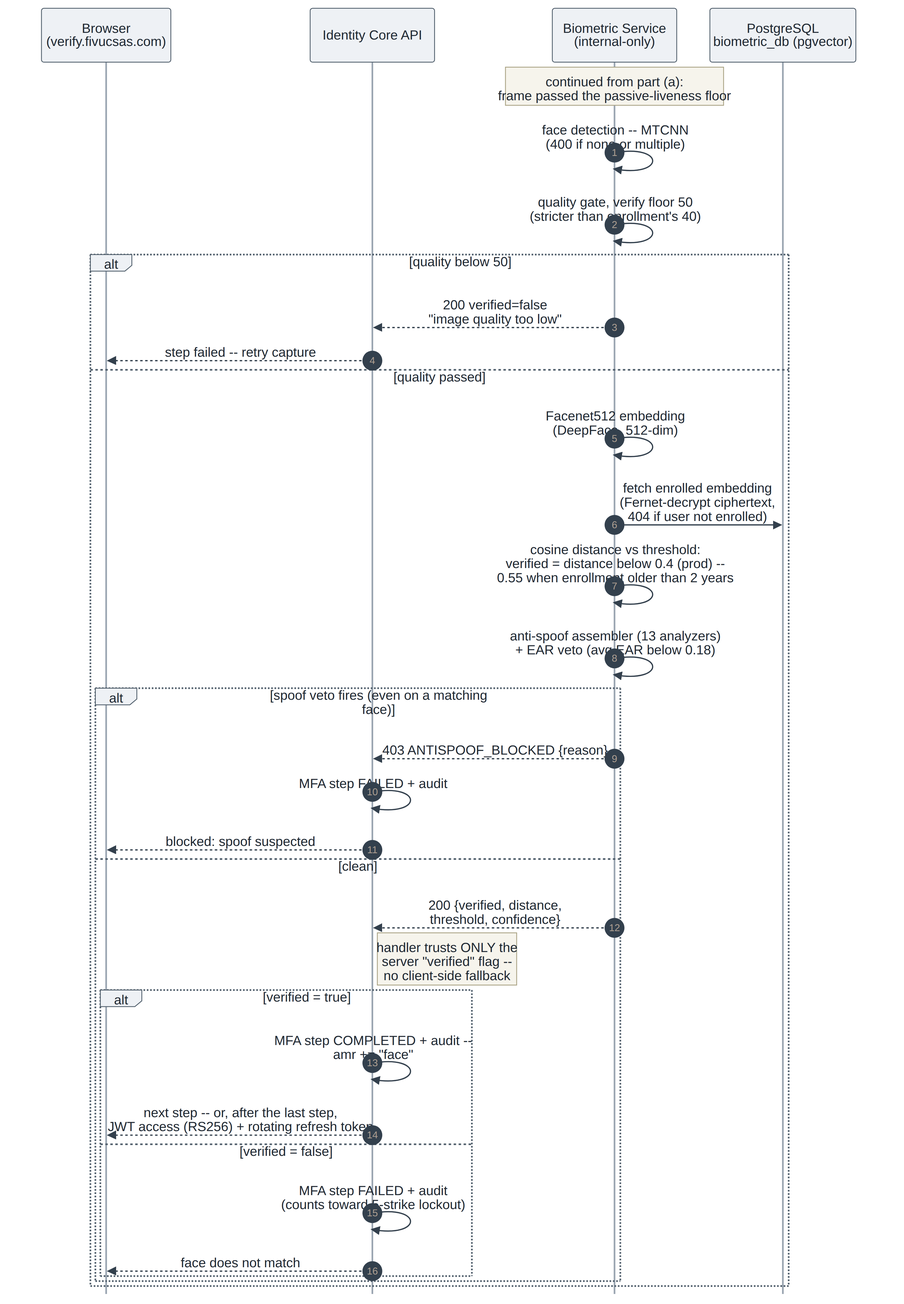
Above: Thesis/build/figures/verify_sequence_b.png in Rollingcat-Software/FIVUCSAS (Mermaid), before the change. Its source is kept beside it as Thesis/build/figures/src/verify_sequence_b.mmd. Source of this version:
```mermaid
sequenceDiagram
    autonumber
    participant W as Browser<br/>(verify.fivucsas.com)
    participant API as Identity Core API
    participant BIO as Biometric Service<br/>(internal-only)
    participant PGB as PostgreSQL<br/>biometric_db (pgvector)

    note over BIO: continued from part (a):<br/>frame passed the passive-liveness floor

    BIO->>BIO: face detection -- MTCNN<br/>(400 if none or multiple)
    BIO->>BIO: quality gate, verify floor 50<br/>(stricter than enrollment's 40)

    alt quality below 50
        BIO-->>API: 200 verified=false<br/>"image quality too low"
        API-->>W: step failed -- retry capture
    else quality passed
        BIO->>BIO: Facenet512 embedding<br/>(DeepFace, 512-dim)
        BIO->>PGB: fetch enrolled embedding<br/>(Fernet-decrypt ciphertext,<br/>404 if user not enrolled)
        BIO->>BIO: cosine distance vs threshold:<br/>verified = distance below 0.4 (prod) --<br/>0.55 when enrollment older than 2 years
        BIO->>BIO: anti-spoof assembler (13 analyzers)<br/>+ EAR veto (avg EAR below 0.18)

        alt spoof veto fires (even on a matching face)
            BIO-->>API: 403 ANTISPOOF_BLOCKED {reason}
            API->>API: MFA step FAILED + audit
            API-->>W: blocked: spoof suspected
        else clean
            BIO-->>API: 200 {verified, distance,<br/>threshold, confidence}
            note right of API: handler trusts ONLY the<br/>server "verified" flag --<br/>no client-side fallback
            alt verified = true
                API->>API: MFA step COMPLETED + audit --<br/>amr += "face"
                API-->>W: next step -- or, after the last step,<br/>JWT access (RS256) + rotating refresh token
            else verified = false
                API->>API: MFA step FAILED + audit<br/>(counts toward 5-strike lockout)
                API-->>W: face does not match
            end
        end
    end
```
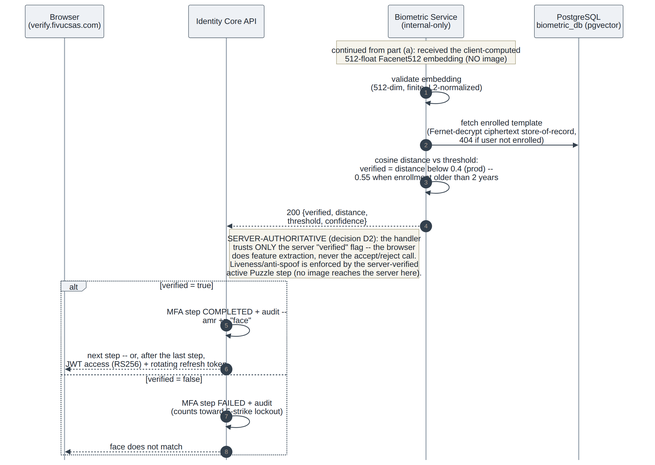
Later version of the same file.

The edit, as a diff of the source:
```diff
@@ -5,33 +5,19 @@
     participant BIO as Biometric Service<br/>(internal-only)
     participant PGB as PostgreSQL<br/>biometric_db (pgvector)
 
-    note over BIO: continued from part (a):<br/>frame passed the passive-liveness floor
+    note over BIO: continued from part (a): received the client-computed<br/>512-float Facenet512 embedding (NO image)
 
-    BIO->>BIO: face detection -- MTCNN<br/>(400 if none or multiple)
-    BIO->>BIO: quality gate, verify floor 50<br/>(stricter than enrollment's 40)
+    BIO->>BIO: validate embedding<br/>(512-dim, finite, L2-normalized)
+    BIO->>PGB: fetch enrolled template<br/>(Fernet-decrypt ciphertext store-of-record,<br/>404 if user not enrolled)
+    BIO->>BIO: cosine distance vs threshold:<br/>verified = distance below 0.4 (prod) --<br/>0.55 when enrollment older than 2 years
 
-    alt quality below 50
-        BIO-->>API: 200 verified=false<br/>"image quality too low"
-        API-->>W: step failed -- retry capture
-    else quality passed
-        BIO->>BIO: Facenet512 embedding<br/>(DeepFace, 512-dim)
-        BIO->>PGB: fetch enrolled embedding<br/>(Fernet-decrypt ciphertext,<br/>404 if user not enrolled)
-        BIO->>BIO: cosine distance vs threshold:<br/>verified = distance below 0.4 (prod) --<br/>0.55 when enrollment older than 2 years
-        BIO->>BIO: anti-spoof assembler (13 analyzers)<br/>+ EAR veto (avg EAR below 0.18)
+    BIO-->>API: 200 {verified, distance,<br/>threshold, confidence}
+    note right of API: SERVER-AUTHORITATIVE (decision D2): the handler<br/>trusts ONLY the server "verified" flag -- the browser<br/>does feature extraction, never the accept/reject call.<br/>Liveness/anti-spoof is enforced by the server-verified<br/>active Puzzle step (no image reaches the server here).
 
-        alt spoof veto fires (even on a matching face)
-            BIO-->>API: 403 ANTISPOOF_BLOCKED {reason}
-            API->>API: MFA step FAILED + audit
-            API-->>W: blocked: spoof suspected
-        else clean
-            BIO-->>API: 200 {verified, distance,<br/>threshold, confidence}
-            note right of API: handler trusts ONLY the<br/>server "verified" flag --<br/>no client-side fallback
-            alt verified = true
-                API->>API: MFA step COMPLETED + audit --<br/>amr += "face"
-                API-->>W: next step -- or, after the last step,<br/>JWT access (RS256) + rotating refresh token
-            else verified = false
-                API->>API: MFA step FAILED + audit<br/>(counts toward 5-strike lockout)
-                API-->>W: face does not match
-            end
-        end
+    alt verified = true
+        API->>API: MFA step COMPLETED + audit --<br/>amr += "face"
+        API-->>W: next step -- or, after the last step,<br/>JWT access (RS256) + rotating refresh token
+    else verified = false
+        API->>API: MFA step FAILED + audit<br/>(counts toward 5-strike lockout)
+        API-->>W: face does not match
     end
```
